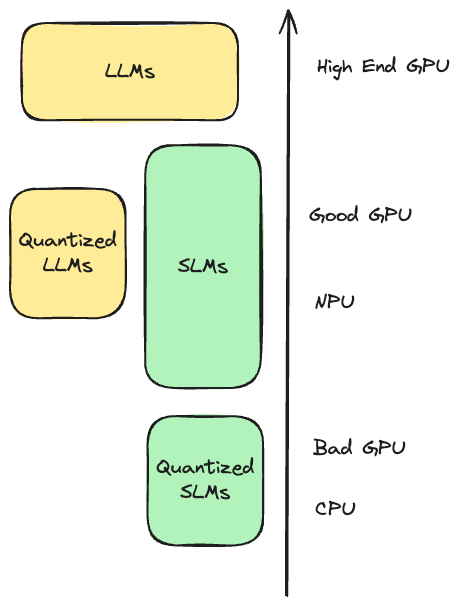
filipw/filipw.github.io keeps this Excalidraw diagram as azuredevsummit-2025/graphics/execution-environments.excalidraw.png. Above is the earlier version. Source tidied: one line per element, renumbered; positions are measured from the earlier drawing's top-left corner, leaving out a move shared by most shapes.
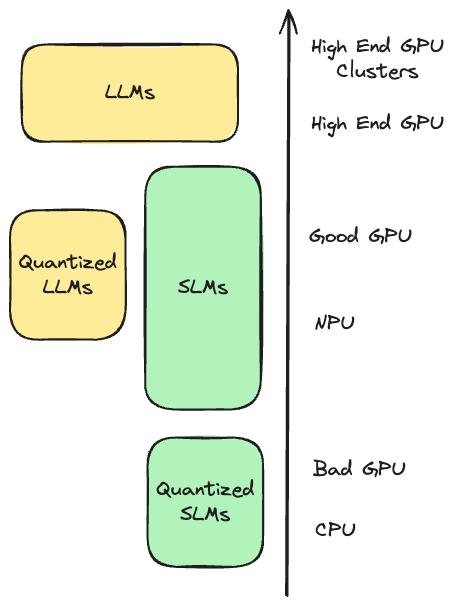
After the change.

Commit message:
aligned backgrounds

Change to the diagram source:
```diff
@@ -1,5 +1,5 @@
-{"id": 0, "type": "arrow", "strokeColor": "#1e1e1e", "strokeWidth": 2, "roughness": 1, "endArrowhead": "arrow", "round": true, "x": 277, "y": 585, "width": 3, "height": 585, "points": [[0, 0], [3, -585]]}
+{"id": 0, "type": "arrow", "strokeColor": "#1e1e1e", "strokeWidth": 2, "roughness": 1, "endArrowhead": "arrow", "round": true, "x": 277, "y": 564, "width": 3, "height": 585, "points": [[0, 0], [3, -585]]}
-{"id": 1, "type": "text", "text": "High End GPU", "strokeColor": "#1e1e1e", "strokeWidth": 2, "roughness": 1, "fontSize": 20, "fontFamily": 1, "x": 307, "y": 44, "width": 133, "height": 25}
+{"id": 1, "type": "text", "text": "High End GPU", "strokeColor": "#1e1e1e", "strokeWidth": 2, "roughness": 1, "fontSize": 20, "fontFamily": 1, "x": 301, "y": 79, "width": 133, "height": 25}
 {"id": 2, "type": "text", "text": "Good GPU", "strokeColor": "#1e1e1e", "strokeWidth": 2, "roughness": 1, "fontSize": 20, "fontFamily": 1, "x": 299, "y": 192, "width": 103, "height": 25}
 {"id": 3, "type": "text", "text": "NPU", "strokeColor": "#1e1e1e", "strokeWidth": 2, "roughness": 1, "fontSize": 20, "fontFamily": 1, "x": 304, "y": 279, "width": 40, "height": 25}
 {"id": 4, "type": "text", "text": "CPU", "strokeColor": "#1e1e1e", "strokeWidth": 2, "roughness": 1, "fontSize": 20, "fontFamily": 1, "x": 305, "y": 486, "width": 40, "height": 25}
@@ -12,3 +12,4 @@
 {"id": 11, "type": "rectangle", "strokeColor": "#1e1e1e", "backgroundColor": "#b2f2bb", "fillStyle": "solid", "strokeWidth": 2, "roughness": 1, "round": true, "x": 138, "y": 405, "width": 116, "height": 129}
 {"id": 12, "type": "text", "text": "Quantized\nSLMs", "strokeColor": "#1e1e1e", "strokeWidth": 2, "roughness": 1, "fontSize": 20, "fontFamily": 1, "textAlign": "center", "verticalAlign": "middle", "inside": 11, "x": 147, "y": 445, "width": 98, "height": 50}
 {"id": 13, "type": "text", "text": "Bad GPU", "strokeColor": "#1e1e1e", "strokeWidth": 2, "roughness": 1, "fontSize": 20, "fontFamily": 1, "x": 303, "y": 425, "width": 93, "height": 25}
+{"id": 14, "type": "text", "text": "High End GPU\nClusters", "strokeColor": "#1e1e1e", "strokeWidth": 2, "roughness": 1, "fontSize": 20, "fontFamily": 1, "textAlign": "center", "x": 301, "y": 2, "width": 133, "height": 50}
```
